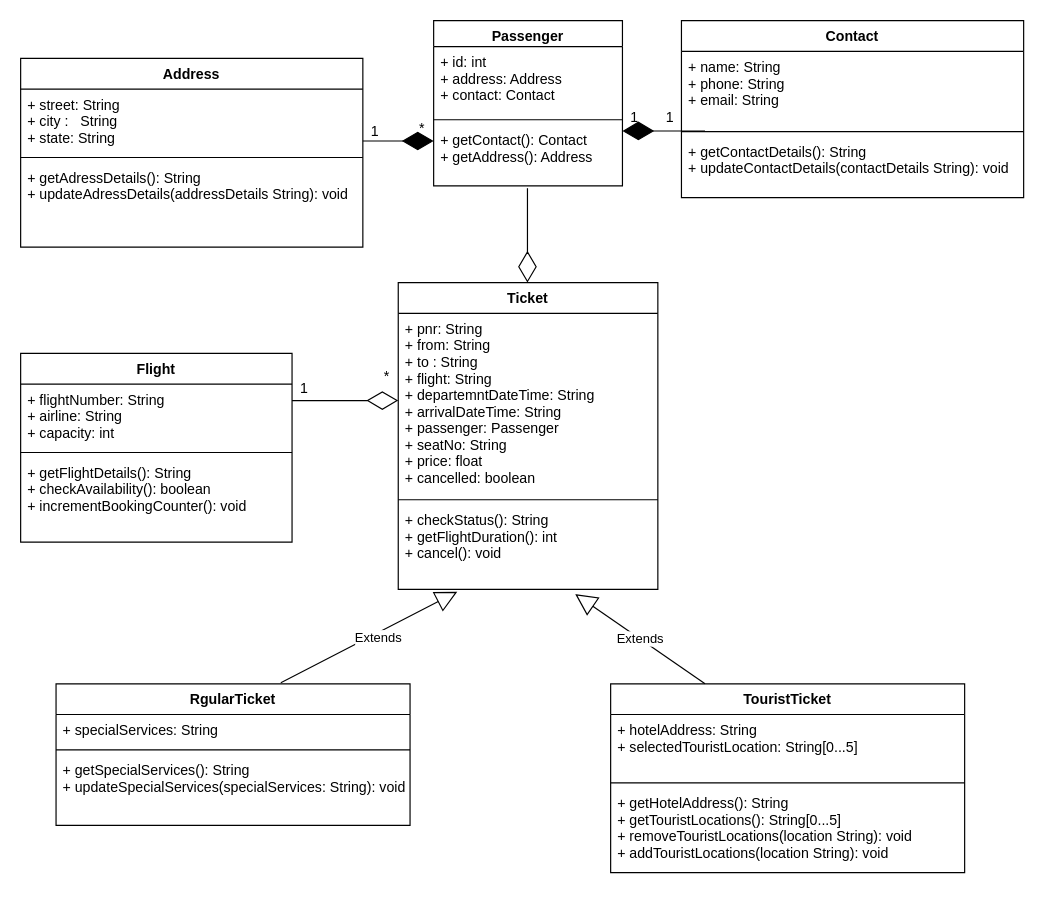
The draw.io diagram FlightReservation.drawio in ifra91/Flight_Reservation_System, before the edit. Source tidied: cells renumbered, new cells numbered last; positions are measured from the earlier drawing's top-left corner, leaving out a move shared by most shapes. Both pictures are drawn from the tidied source at 118%, with x=0, y=0 at pixel (20, 20).
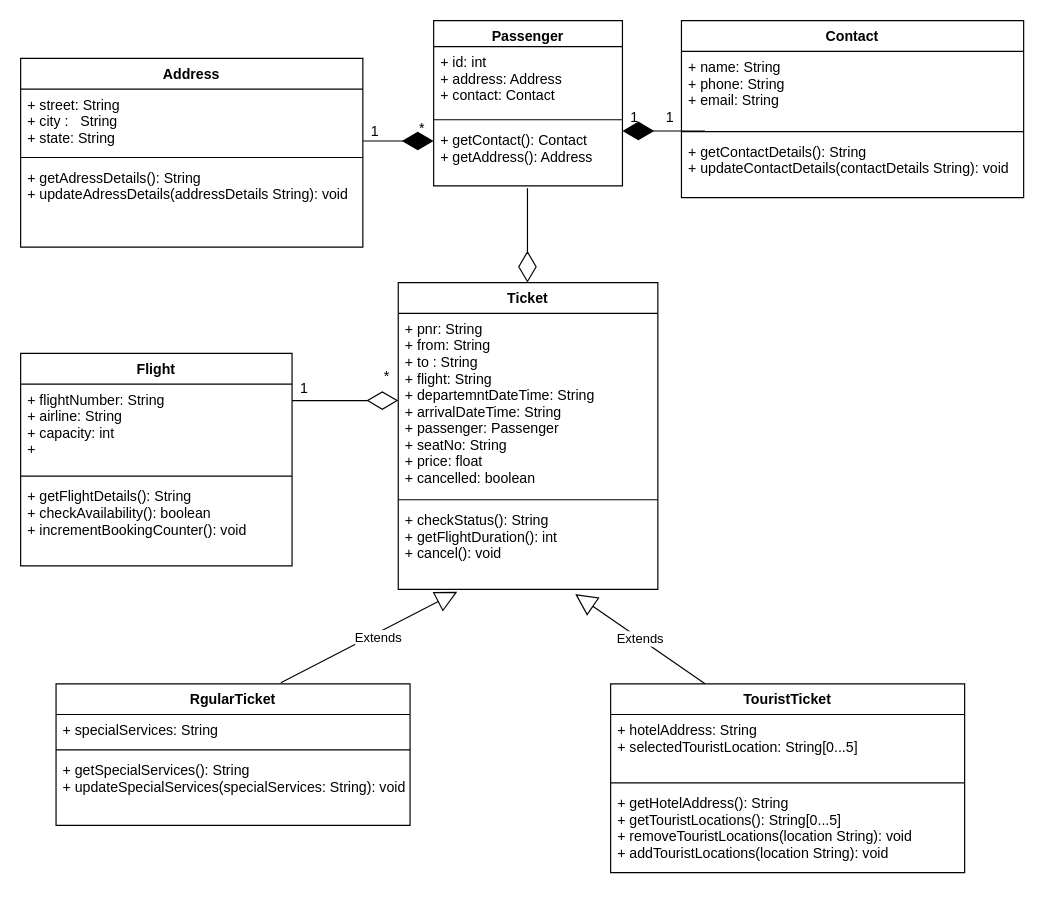
After the change.

Diff of the diagram source:
```diff
@@
     <mxCell id="25" value="Flight" style="swimlane;fontStyle=1;align=center;verticalAlign=top;horizontal=1;startSize=26;" parent="1" vertex="1">
-      <mxGeometry y="282" width="230" height="160" as="geometry" />
+      <mxGeometry y="282" width="230" height="180" as="geometry" />
     </mxCell>
-    <mxCell id="26" value="+ flightNumber: String&#10;+ airline: String&#10;+ capacity: int" style="text;strokeColor=none;fillColor=none;align=left;verticalAlign=top;spacingLeft=4;spacingRight=4;overflow=hidden;" parent="25" vertex="1">
-      <mxGeometry y="26" width="230" height="54" as="geometry" />
+    <mxCell id="26" value="+ flightNumber: String&#10;+ airline: String&#10;+ capacity: int&#10;+" style="text;strokeColor=none;fillColor=none;align=left;verticalAlign=top;spacingLeft=4;spacingRight=4;overflow=hidden;" parent="25" vertex="1">
+      <mxGeometry y="26" width="230" height="74" as="geometry" />
     </mxCell>
     <mxCell id="27" style="line;strokeWidth=1;fillColor=none;align=left;verticalAlign=middle;spacingTop=-1;spacingLeft=3;spacingRight=3;labelPosition=right;" parent="25" vertex="1">
-      <mxGeometry y="80" width="230" height="8" as="geometry" />
+      <mxGeometry y="100" width="230" height="8" as="geometry" />
     </mxCell>
     <mxCell id="28" value="+ getFlightDetails(): String&#10;+ checkAvailability(): boolean&#10;+ incrementBookingCounter(): void " style="text;strokeColor=none;fillColor=none;align=left;verticalAlign=top;spacingLeft=4;spacingRight=4;overflow=hidden;" parent="25" vertex="1">
-      <mxGeometry y="88" width="230" height="72" as="geometry" />
+      <mxGeometry y="108" width="230" height="72" as="geometry" />
     </mxCell>
```
